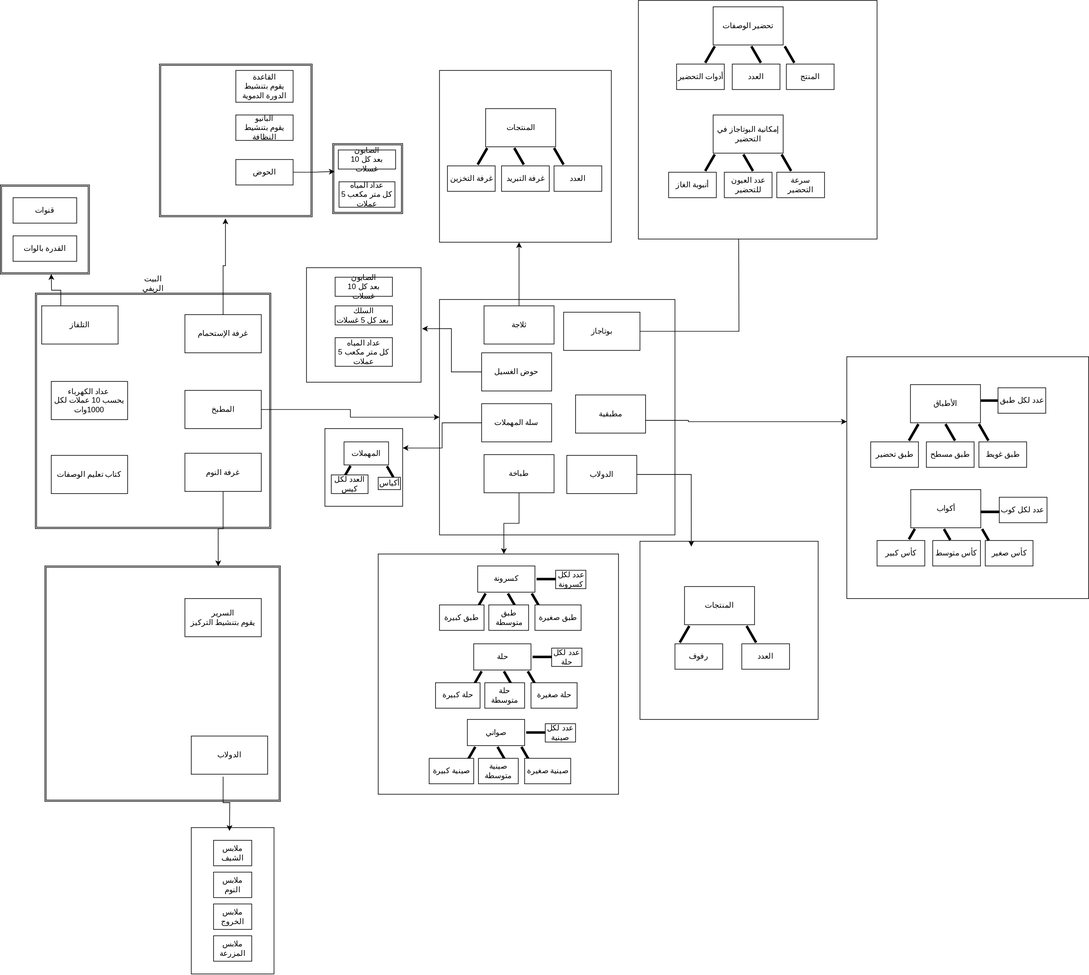
Above: بيت الريف.svg in mahmoud-y0usef/chefo-uml (draw.io), before the change. Source tidied: cells renumbered, new cells last; positions are measured from the earlier drawing's top-left corner, leaving out a move shared by most shapes.
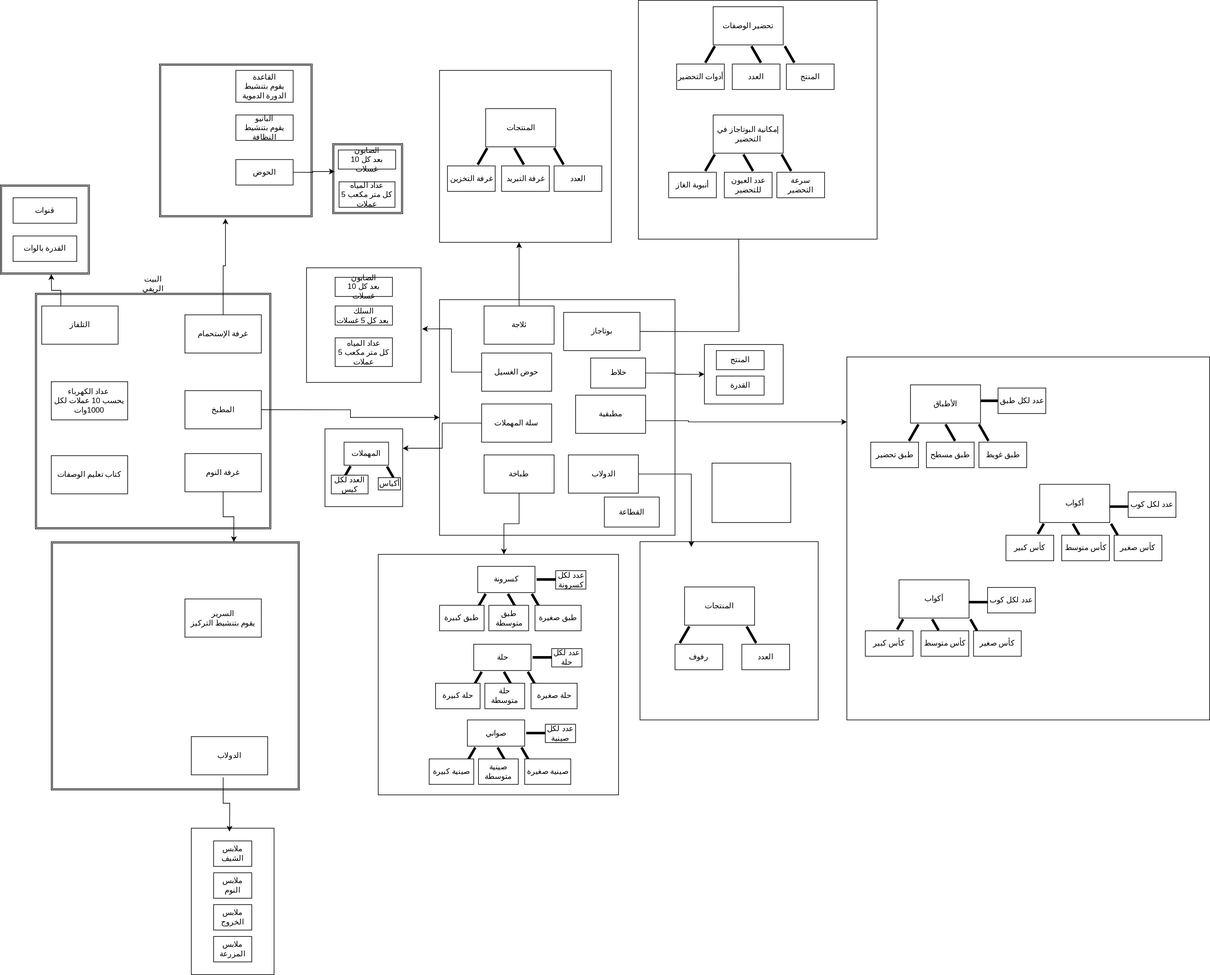
After the commit.

Change to the diagram source:
```diff
@@ -126,7 +126,7 @@
       <mxGeometry x="752.5" y="230" width="10" height="30" as="geometry" />
     </mxCell>
     <mxCell id="41" style="whiteSpace=wrap;html=1;labelBackgroundColor=none;" parent="1" vertex="1">
-      <mxGeometry x="1330" y="560" width="380" height="380" as="geometry" />
+      <mxGeometry x="1330" y="560" width="570" height="570" as="geometry" />
     </mxCell>
     <mxCell id="42" style="edgeStyle=orthogonalEdgeStyle;rounded=0;jettySize=auto;html=1;labelBackgroundColor=none;fontColor=default;" parent="1" edge="1" source="21">
       <mxGeometry relative="1" as="geometry">
@@ -166,16 +166,16 @@
       <mxGeometry x="1367.5" y="693.8" width="75" height="40" as="geometry" />
     </mxCell>
     <mxCell id="51" value="أكواب" style="rounded=0;whiteSpace=wrap;html=1;labelBackgroundColor=none;" parent="1" vertex="1">
-      <mxGeometry x="1430.5" y="768.8" width="110" height="60" as="geometry" />
+      <mxGeometry x="1633" y="760" width="110" height="60" as="geometry" />
     </mxCell>
     <mxCell id="52" value="كأس متوسط" style="whiteSpace=wrap;html=1;rounded=0;labelBackgroundColor=none;" parent="1" vertex="1">
-      <mxGeometry x="1465" y="848.8" width="75" height="40" as="geometry" />
+      <mxGeometry x="1667.5" y="840" width="75" height="40" as="geometry" />
     </mxCell>
     <mxCell id="53" value="كأس صغير" style="whiteSpace=wrap;html=1;rounded=0;labelBackgroundColor=none;" parent="1" vertex="1">
-      <mxGeometry x="1547.5" y="848.8" width="75" height="40" as="geometry" />
+      <mxGeometry x="1750" y="840" width="75" height="40" as="geometry" />
     </mxCell>
     <mxCell id="54" value="كأس كبير" style="whiteSpace=wrap;html=1;rounded=0;labelBackgroundColor=none;" parent="1" vertex="1">
-      <mxGeometry x="1377.5" y="848.8" width="75" height="40" as="geometry" />
+      <mxGeometry x="1580" y="840" width="75" height="40" as="geometry" />
     </mxCell>
     <mxCell id="55" style="line;strokeWidth=4;direction=south;html=1;perimeter=backbonePerimeter;rotation=-90;labelBackgroundColor=none;" parent="1" vertex="1">
       <mxGeometry x="1550" y="613.8" width="10" height="30" as="geometry" />
@@ -184,13 +184,13 @@
       <mxGeometry x="1567.5" y="608.8" width="75" height="40" as="geometry" />
     </mxCell>
     <mxCell id="57" value="عدد لكل كوب" style="whiteSpace=wrap;html=1;rounded=0;labelBackgroundColor=none;" parent="1" vertex="1">
-      <mxGeometry x="1569.5" y="780.8" width="75" height="40" as="geometry" />
+      <mxGeometry x="1772" y="772" width="75" height="40" as="geometry" />
     </mxCell>
     <mxCell id="58" style="line;strokeWidth=4;direction=south;html=1;perimeter=backbonePerimeter;rotation=-90;labelBackgroundColor=none;" parent="1" vertex="1">
-      <mxGeometry x="1550" y="788.8" width="10" height="30" as="geometry" />
+      <mxGeometry x="1752.5" y="780" width="10" height="30" as="geometry" />
     </mxCell>
     <mxCell id="59" value="الدولاب" style="rounded=0;whiteSpace=wrap;html=1;labelBackgroundColor=none;" parent="1" vertex="1">
-      <mxGeometry x="890" y="715" width="110" height="60" as="geometry" />
+      <mxGeometry x="892.5" y="713.8" width="110" height="60" as="geometry" />
     </mxCell>
     <mxCell id="60" style="whiteSpace=wrap;html=1;labelBackgroundColor=none;" parent="1" vertex="1">
       <mxGeometry x="1005" y="850" width="280" height="280" as="geometry" />
@@ -220,13 +220,13 @@
       <mxGeometry x="290" y="711.7" width="120" height="60" as="geometry" />
     </mxCell>
     <mxCell id="69" style="line;strokeWidth=4;direction=south;html=1;perimeter=backbonePerimeter;rotation=-30;labelBackgroundColor=none;" parent="1" vertex="1">
-      <mxGeometry x="1542.8" y="829.4" width="10" height="20.8" as="geometry" />
+      <mxGeometry x="1745.3" y="820.6" width="10" height="20.8" as="geometry" />
     </mxCell>
     <mxCell id="70" style="line;strokeWidth=4;direction=south;html=1;perimeter=backbonePerimeter;rotation=-30;labelBackgroundColor=none;" parent="1" vertex="1">
-      <mxGeometry x="1482.6" y="829.4" width="10" height="20.1" as="geometry" />
+      <mxGeometry x="1685.1" y="820.6" width="10" height="20.1" as="geometry" />
     </mxCell>
     <mxCell id="71" style="line;strokeWidth=4;direction=south;html=1;perimeter=backbonePerimeter;rotation=30;labelBackgroundColor=none;" parent="1" vertex="1">
-      <mxGeometry x="1427.2" y="829.2" width="10" height="18.8" as="geometry" />
+      <mxGeometry x="1629.7" y="820.4" width="10" height="18.8" as="geometry" />
     </mxCell>
     <mxCell id="72" style="edgeStyle=orthogonalEdgeStyle;rounded=0;jettySize=auto;html=1;entryX=0.523;entryY=0;entryDx=0;entryDy=0;entryPerimeter=0;" parent="1" edge="1" source="20" target="67">
       <mxGeometry relative="1" as="geometry" />
@@ -385,7 +385,7 @@
       <mxGeometry x="532.1" y="285" width="87.9" height="40" as="geometry" />
     </mxCell>
     <mxCell id="124" style="shape=ext;double=1;whiteSpace=wrap;html=1;labelBackgroundColor=none;" parent="1" vertex="1">
-      <mxGeometry x="70" y="888.8" width="370" height="370" as="geometry" />
+      <mxGeometry x="80" y="850.2" width="389.8" height="389.8" as="geometry" />
     </mxCell>
     <mxCell id="125" style="edgeStyle=orthogonalEdgeStyle;rounded=0;jettySize=auto;html=1;exitX=0.5;exitY=1;exitDx=0;exitDy=0;entryX=0.736;entryY=0.001;entryDx=0;entryDy=0;entryPerimeter=0;" parent="1" edge="1" source="68" target="124">
       <mxGeometry relative="1" as="geometry" />
@@ -428,5 +428,53 @@
     <mxCell id="137" value="القدرة بالوات" style="rounded=0;whiteSpace=wrap;html=1;labelBackgroundColor=none;" parent="1" vertex="1">
       <mxGeometry x="20" y="370" width="100" height="40" as="geometry" />
     </mxCell>
+    <mxCell id="138" style="edgeStyle=orthogonalEdgeStyle;rounded=0;jettySize=auto;html=1;exitX=1;exitY=0.5;exitDx=0;exitDy=0;entryX=0;entryY=0.5;entryDx=0;entryDy=0;" parent="1" edge="1" source="139" target="140">
+      <mxGeometry relative="1" as="geometry" />
+    </mxCell>
+    <mxCell id="139" value="خلاط" style="rounded=0;whiteSpace=wrap;html=1;labelBackgroundColor=none;" parent="1" vertex="1">
+      <mxGeometry x="927.5" y="561.7" width="86.2" height="47.1" as="geometry" />
+    </mxCell>
+    <mxCell id="140" style="rounded=0;whiteSpace=wrap;html=1;labelBackgroundColor=none;" parent="1" vertex="1">
+      <mxGeometry x="1106.2" y="540.5" width="123.8" height="93.3" as="geometry" />
+    </mxCell>
+    <mxCell id="141" value="المنتج" style="rounded=0;whiteSpace=wrap;html=1;labelBackgroundColor=none;" parent="1" vertex="1">
+      <mxGeometry x="1125" y="550" width="75" height="30" as="geometry" />
+    </mxCell>
+    <mxCell id="142" value="القدرة" style="rounded=0;whiteSpace=wrap;html=1;labelBackgroundColor=none;" parent="1" vertex="1">
+      <mxGeometry x="1125" y="590" width="75" height="30" as="geometry" />
+    </mxCell>
+    <mxCell id="143" value="أكواب" style="rounded=0;whiteSpace=wrap;html=1;labelBackgroundColor=none;" parent="1" vertex="1">
+      <mxGeometry x="1412" y="910" width="110" height="60" as="geometry" />
+    </mxCell>
+    <mxCell id="144" value="كأس متوسط" style="whiteSpace=wrap;html=1;rounded=0;labelBackgroundColor=none;" parent="1" vertex="1">
+      <mxGeometry x="1446.5" y="990" width="75" height="40" as="geometry" />
+    </mxCell>
+    <mxCell id="145" value="كأس صغير" style="whiteSpace=wrap;html=1;rounded=0;labelBackgroundColor=none;" parent="1" vertex="1">
+      <mxGeometry x="1529" y="990" width="75" height="40" as="geometry" />
+    </mxCell>
+    <mxCell id="146" value="كأس كبير" style="whiteSpace=wrap;html=1;rounded=0;labelBackgroundColor=none;" parent="1" vertex="1">
+      <mxGeometry x="1359" y="990" width="75" height="40" as="geometry" />
+    </mxCell>
+    <mxCell id="147" value="عدد لكل كوب" style="whiteSpace=wrap;html=1;rounded=0;labelBackgroundColor=none;" parent="1" vertex="1">
+      <mxGeometry x="1551" y="922" width="75" height="40" as="geometry" />
+    </mxCell>
+    <mxCell id="148" style="line;strokeWidth=4;direction=south;html=1;perimeter=backbonePerimeter;rotation=-90;labelBackgroundColor=none;" parent="1" vertex="1">
+      <mxGeometry x="1531.5" y="930" width="10" height="30" as="geometry" />
+    </mxCell>
+    <mxCell id="149" style="line;strokeWidth=4;direction=south;html=1;perimeter=backbonePerimeter;rotation=-30;labelBackgroundColor=none;" parent="1" vertex="1">
+      <mxGeometry x="1524.3" y="970.6" width="10" height="20.8" as="geometry" />
+    </mxCell>
+    <mxCell id="150" style="line;strokeWidth=4;direction=south;html=1;perimeter=backbonePerimeter;rotation=-30;labelBackgroundColor=none;" parent="1" vertex="1">
+      <mxGeometry x="1464.1" y="970.6" width="10" height="20.1" as="geometry" />
+    </mxCell>
+    <mxCell id="151" style="line;strokeWidth=4;direction=south;html=1;perimeter=backbonePerimeter;rotation=30;labelBackgroundColor=none;" parent="1" vertex="1">
+      <mxGeometry x="1408.7" y="970.4" width="10" height="18.8" as="geometry" />
+    </mxCell>
+    <mxCell id="152" value="القطاعة" style="rounded=0;whiteSpace=wrap;html=1;labelBackgroundColor=none;" parent="1" vertex="1">
+      <mxGeometry x="949" y="780" width="86.2" height="47.1" as="geometry" />
+    </mxCell>
+    <mxCell id="153" style="rounded=0;whiteSpace=wrap;html=1;labelBackgroundColor=none;" parent="1" vertex="1">
+      <mxGeometry x="1118.1" y="726.7" width="123.8" height="93.3" as="geometry" />
+    </mxCell>
   </root>
 </mxGraphModel>
```
